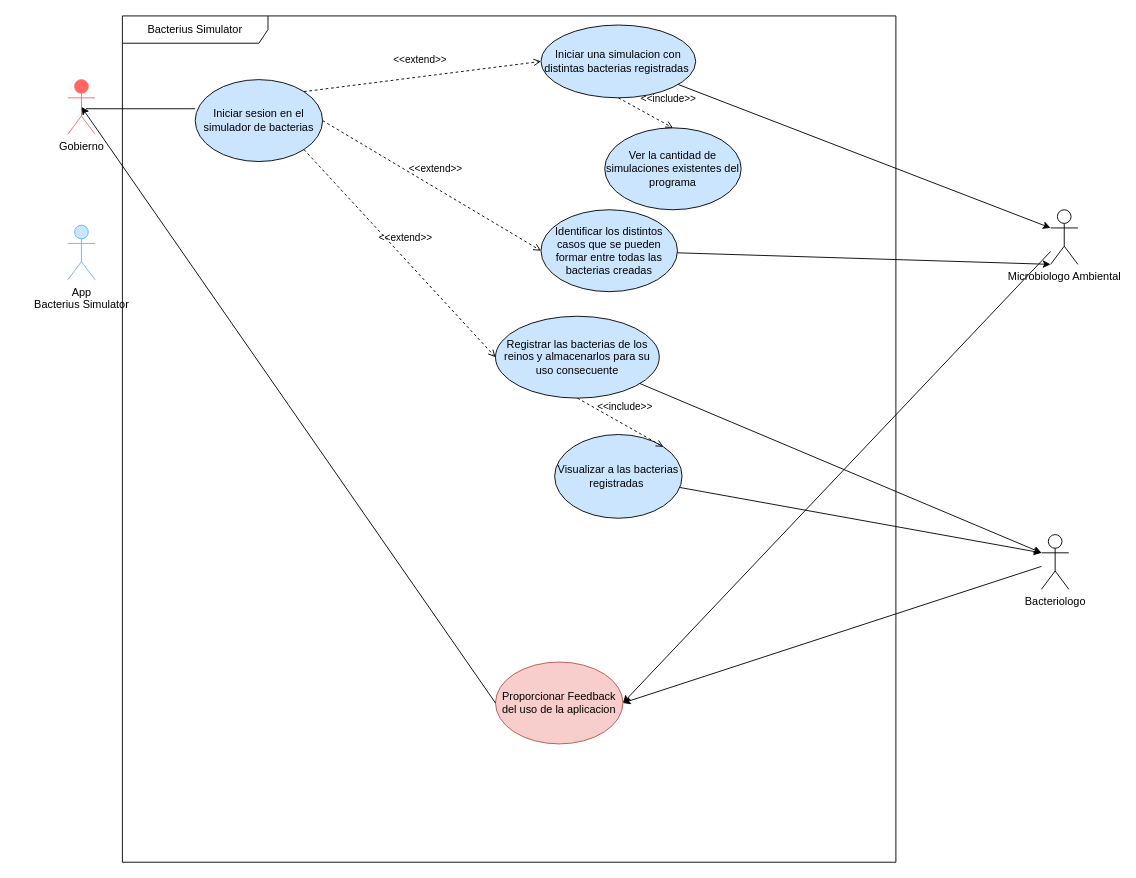
Earlier version of the draw.io diagram Design/UseCase1.drawio (C-b4s/GrupoCinco_ReinoMonera). Source tidied: cells renumbered, new cells numbered last; positions are measured from the earlier drawing's top-left corner, leaving out a move shared by most shapes. Both pictures are drawn from the tidied source at 91%, with x=0, y=0 at pixel (67, 15).
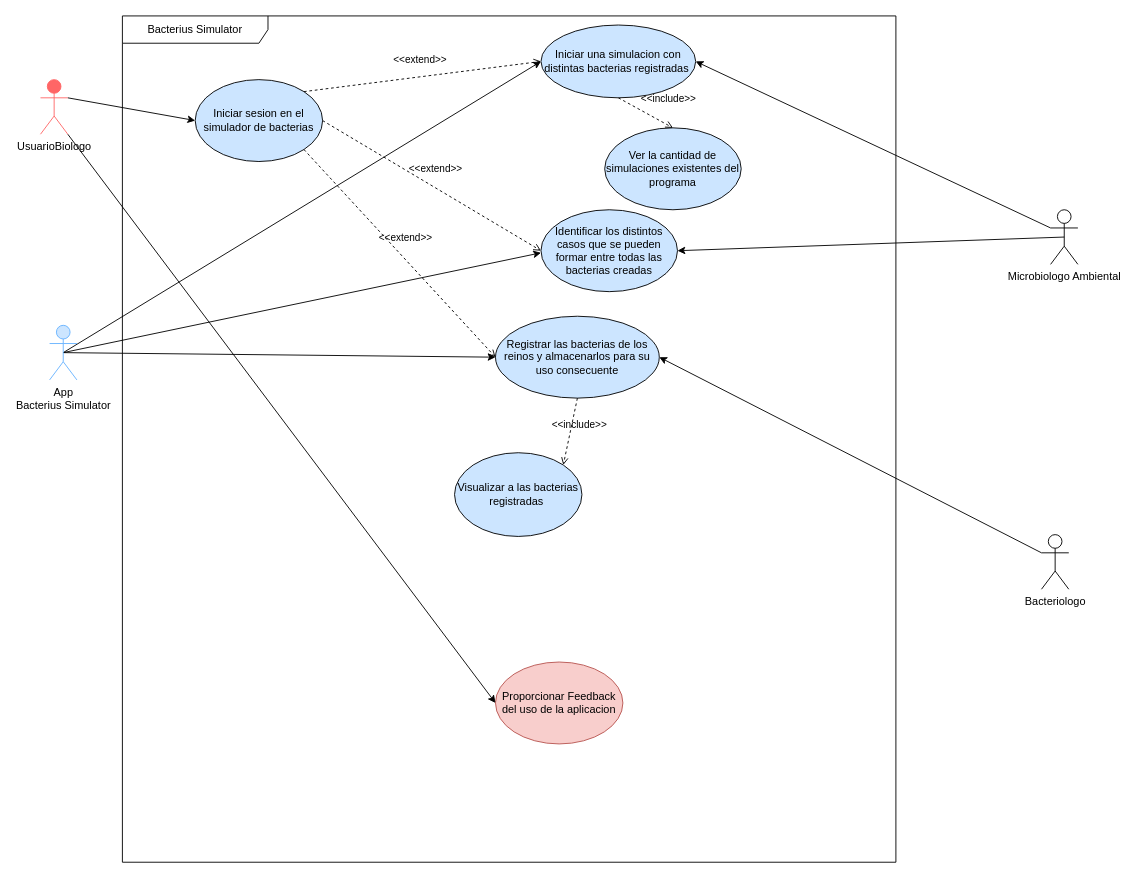
Above is the later version.

The change refers to these unchanged cells:
```xml
<mxCell id="2" value="Bacterius Simulator" style="shape=umlFrame;whiteSpace=wrap;html=1;width=160;" parent="1" vertex="1">
  <mxGeometry x="60" width="850" height="930" as="geometry" />
</mxCell>
<mxCell id="3" value="Iniciar sesion en el simulador de bacterias" style="ellipse;whiteSpace=wrap;html=1;fillColor=#CCE5FF;" parent="2" vertex="1">
  <mxGeometry x="80" y="70" width="140" height="90" as="geometry" />
</mxCell>
<mxCell id="4" value="Registrar las bacterias de los reinos y almacenarlos para su uso consecuente" style="ellipse;whiteSpace=wrap;html=1;fillColor=#CCE5FF;" parent="2" vertex="1">
  <mxGeometry x="410" y="330" width="180" height="90" as="geometry" />
</mxCell>
<mxCell id="6" value="Iniciar una simulacion con distintas bacterias registradas&amp;nbsp;" style="ellipse;whiteSpace=wrap;html=1;fillColor=#CCE5FF;" parent="2" vertex="1">
  <mxGeometry x="460" y="10" width="170" height="80" as="geometry" />
</mxCell>
<mxCell id="8" value="Identificar los distintos casos que se pueden formar entre todas las bacterias creadas" style="ellipse;whiteSpace=wrap;html=1;fillColor=#CCE5FF;" parent="2" vertex="1">
  <mxGeometry x="460" y="213" width="150" height="90" as="geometry" />
</mxCell>
<mxCell id="13" value="Proporcionar Feedback del uso de la aplicacion" style="ellipse;whiteSpace=wrap;html=1;fillColor=#f8cecc;rotation=0;strokeColor=#b85450;" parent="2" vertex="1">
  <mxGeometry x="410" y="710" width="140" height="90" as="geometry" />
</mxCell>
<mxCell id="18" value="Bacteriologo" style="shape=umlActor;verticalLabelPosition=bottom;verticalAlign=top;html=1;" parent="1" vertex="1">
  <mxGeometry x="1070" y="570" width="30" height="60" as="geometry" />
</mxCell>
<mxCell id="20" value="Microbiologo Ambiental" style="shape=umlActor;verticalLabelPosition=bottom;verticalAlign=top;html=1;" parent="1" vertex="1">
  <mxGeometry x="1080" y="213" width="30" height="60" as="geometry" />
</mxCell>
```

Diff of the diagram source:
```diff
@@
-    <mxCell id="5" style="line;strokeWidth=1;fillColor=none;align=left;verticalAlign=middle;spacingTop=-1;spacingLeft=3;spacingRight=3;labelPosition=right;strokeColor=inherit;" parent="2" vertex="1">
-      <mxGeometry x="-40" y="98" width="120" height="8" as="geometry" />
-    </mxCell>
@@
     <mxCell id="7" value="Visualizar a las bacterias registradas&amp;nbsp;" style="ellipse;whiteSpace=wrap;html=1;fillColor=#CCE5FF;" parent="2" vertex="1">
-      <mxGeometry x="475" y="460" width="140" height="92" as="geometry" />
+      <mxGeometry x="365" y="480" width="140" height="92" as="geometry" />
     </mxCell>
@@
+    <mxCell id="27" style="edgeStyle=none;html=1;exitX=1;exitY=1;exitDx=0;exitDy=0;exitPerimeter=0;entryX=0;entryY=0.5;entryDx=0;entryDy=0;" parent="1" edge="1" source="16" target="13">
+      <mxGeometry relative="1" as="geometry" />
+    </mxCell>
+    <mxCell id="28" style="edgeStyle=none;html=1;exitX=1;exitY=0.3333333333333333;exitDx=0;exitDy=0;exitPerimeter=0;entryX=0;entryY=0.5;entryDx=0;entryDy=0;" parent="1" edge="1" source="16" target="3">
+      <mxGeometry relative="1" as="geometry" />
+    </mxCell>
-    <mxCell id="16" value="Gobierno" style="shape=umlActor;verticalLabelPosition=bottom;verticalAlign=top;html=1;strokeColor=#FF6666;fillColor=#FF6666;" parent="1" vertex="1">
-      <mxGeometry y="70" width="30" height="60" as="geometry" />
+    <mxCell id="16" value="UsuarioBiologo" style="shape=umlActor;verticalLabelPosition=bottom;verticalAlign=top;html=1;strokeColor=#FF6666;fillColor=#FF6666;" parent="1" vertex="1">
+      <mxGeometry x="-30" y="70" width="30" height="60" as="geometry" />
     </mxCell>
-    <mxCell id="17" style="edgeStyle=none;html=1;entryX=1;entryY=0.5;entryDx=0;entryDy=0;" parent="1" edge="1" source="18" target="13">
-      <mxGeometry relative="1" as="geometry" />
-    </mxCell>
+    <mxCell id="29" style="edgeStyle=none;html=1;exitX=0;exitY=0.3333333333333333;exitDx=0;exitDy=0;exitPerimeter=0;entryX=1;entryY=0.5;entryDx=0;entryDy=0;" parent="1" edge="1" source="18" target="4">
+      <mxGeometry relative="1" as="geometry" />
+    </mxCell>
@@
-    <mxCell id="19" style="edgeStyle=none;html=1;entryX=1;entryY=0.5;entryDx=0;entryDy=0;" parent="1" edge="1" source="20" target="13">
-      <mxGeometry relative="1" as="geometry" />
-    </mxCell>
+    <mxCell id="30" style="edgeStyle=none;html=1;exitX=0;exitY=0.3333333333333333;exitDx=0;exitDy=0;exitPerimeter=0;entryX=1;entryY=0.5;entryDx=0;entryDy=0;" parent="1" edge="1" source="20" target="6">
+      <mxGeometry relative="1" as="geometry" />
+    </mxCell>
+    <mxCell id="31" style="edgeStyle=none;html=1;exitX=0.5;exitY=0.5;exitDx=0;exitDy=0;exitPerimeter=0;entryX=1;entryY=0.5;entryDx=0;entryDy=0;" parent="1" edge="1" source="20" target="8">
+      <mxGeometry relative="1" as="geometry" />
+    </mxCell>
@@
-    <mxCell id="21" style="edgeStyle=none;html=1;entryX=0;entryY=0.3333333333333333;entryDx=0;entryDy=0;entryPerimeter=0;" parent="1" edge="1" source="6" target="20">
-      <mxGeometry relative="1" as="geometry" />
-    </mxCell>
-    <mxCell id="22" style="edgeStyle=none;html=1;entryX=0;entryY=1;entryDx=0;entryDy=0;entryPerimeter=0;" parent="1" edge="1" source="8" target="20">
-      <mxGeometry relative="1" as="geometry" />
-    </mxCell>
-    <mxCell id="23" style="edgeStyle=none;html=1;entryX=0;entryY=0.3333333333333333;entryDx=0;entryDy=0;entryPerimeter=0;" parent="1" edge="1" source="7" target="18">
-      <mxGeometry relative="1" as="geometry" />
-    </mxCell>
-    <mxCell id="24" style="edgeStyle=none;html=1;entryX=0;entryY=0.3333333333333333;entryDx=0;entryDy=0;entryPerimeter=0;" parent="1" edge="1" source="4" target="18">
-      <mxGeometry relative="1" as="geometry" />
-    </mxCell>
-    <mxCell id="25" style="edgeStyle=none;html=1;entryX=0.5;entryY=0.5;entryDx=0;entryDy=0;entryPerimeter=0;exitX=0;exitY=0.5;exitDx=0;exitDy=0;" parent="1" edge="1" source="13" target="16">
-      <mxGeometry relative="1" as="geometry" />
-    </mxCell>
+    <mxCell id="32" style="edgeStyle=none;html=1;exitX=0.5;exitY=0.5;exitDx=0;exitDy=0;exitPerimeter=0;entryX=0;entryY=0.5;entryDx=0;entryDy=0;" parent="1" edge="1" source="26" target="6">
+      <mxGeometry relative="1" as="geometry" />
+    </mxCell>
+    <mxCell id="33" style="edgeStyle=none;html=1;exitX=0.5;exitY=0.5;exitDx=0;exitDy=0;exitPerimeter=0;entryX=0;entryY=0.5;entryDx=0;entryDy=0;" parent="1" edge="1" source="26" target="4">
+      <mxGeometry relative="1" as="geometry" />
+    </mxCell>
+    <mxCell id="34" style="edgeStyle=none;html=1;exitX=0.5;exitY=0.5;exitDx=0;exitDy=0;exitPerimeter=0;" parent="1" edge="1" source="26">
+      <mxGeometry relative="1" as="geometry">
+        <mxPoint x="520" y="260.3" as="targetPoint" />
+      </mxGeometry>
+    </mxCell>
     <mxCell id="26" value="App&lt;div&gt;Bacterius Simulator&lt;/div&gt;" style="shape=umlActor;verticalLabelPosition=bottom;verticalAlign=top;html=1;fillColor=#CCE5FF;strokeColor=#66B2FF;" parent="1" vertex="1">
-      <mxGeometry y="230" width="30" height="60" as="geometry" />
+      <mxGeometry x="-20" y="340" width="30" height="60" as="geometry" />
     </mxCell>
```
